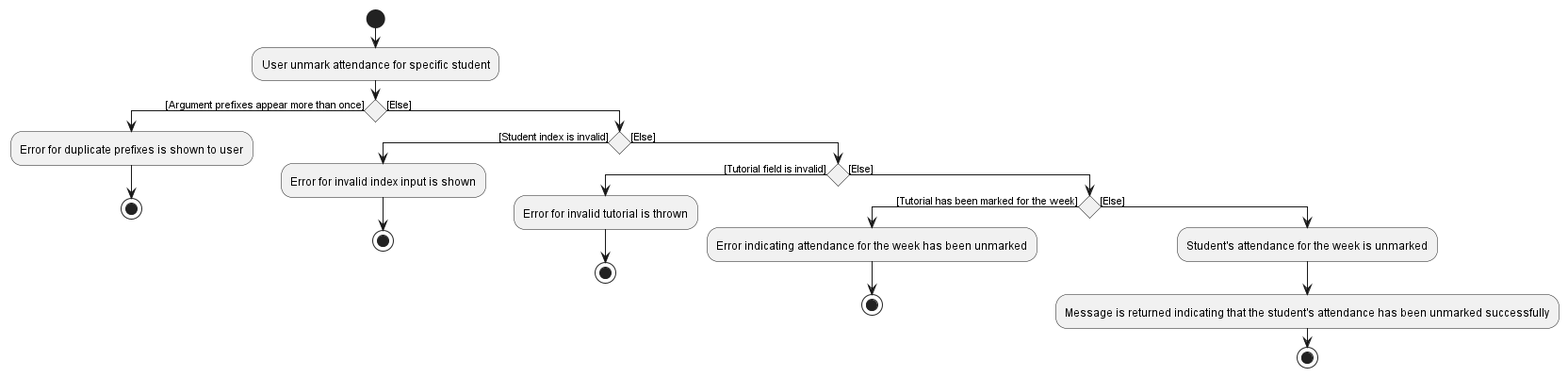
proto-aiken-13/tp keeps this PlantUML diagram as docs/images/UnmarkAttendanceActivityDiagram.png. Above is the earlier version.
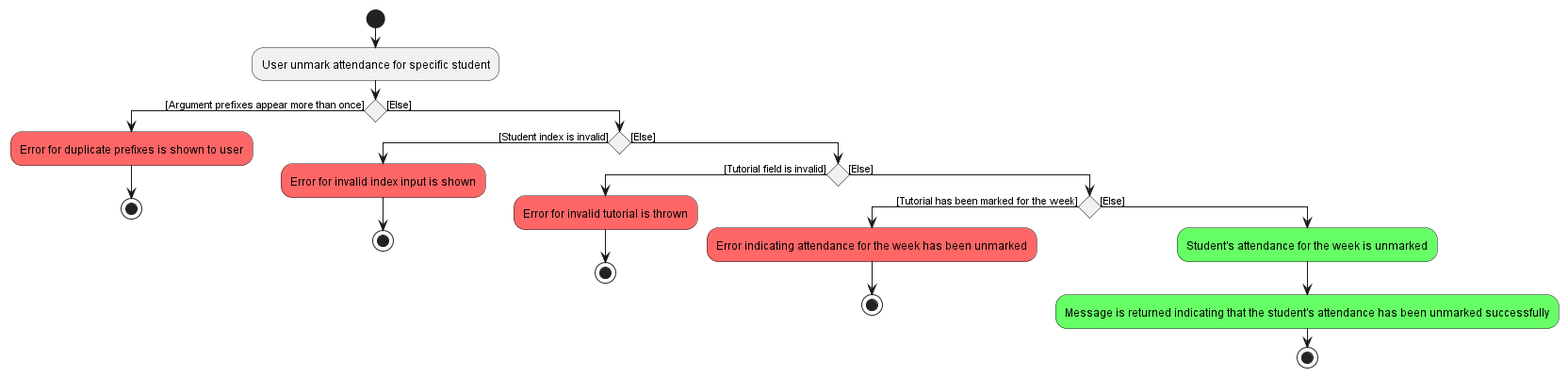
After the commit.

Commit message:
Fix DG Activity Diagram

Diff of the diagram source:
```diff
@@ -3,23 +3,23 @@
 start
 :User unmark attendance for specific student;
 if () then ([Argument prefixes appear more than once])
-    :Error for duplicate prefixes is shown to user;
+    #FF6666:Error for duplicate prefixes is shown to user;
     stop;
 else ([Else])
     if () then ([Student index is invalid])
-        :Error for invalid index input is shown;
+        #FF6666:Error for invalid index input is shown;
         stop;
     else ([Else])
         if () then ([Tutorial field is invalid])
-            :Error for invalid tutorial is thrown;
+            #FF6666:Error for invalid tutorial is thrown;
             stop;
         else ([Else])
             if ()  then ([Tutorial has been marked for the week])
-            :Error indicating attendance for the week has been unmarked;
+            #FF6666:Error indicating attendance for the week has been unmarked;
             stop;
         else ([Else])
-            :Student's attendance for the week is unmarked;
-            :Message is returned indicating that the student's attendance has been unmarked successfully;
+            #66FF66:Student's attendance for the week is unmarked;
+            #66FF66:Message is returned indicating that the student's attendance has been unmarked successfully;
 stop
 
 @enduml
```
